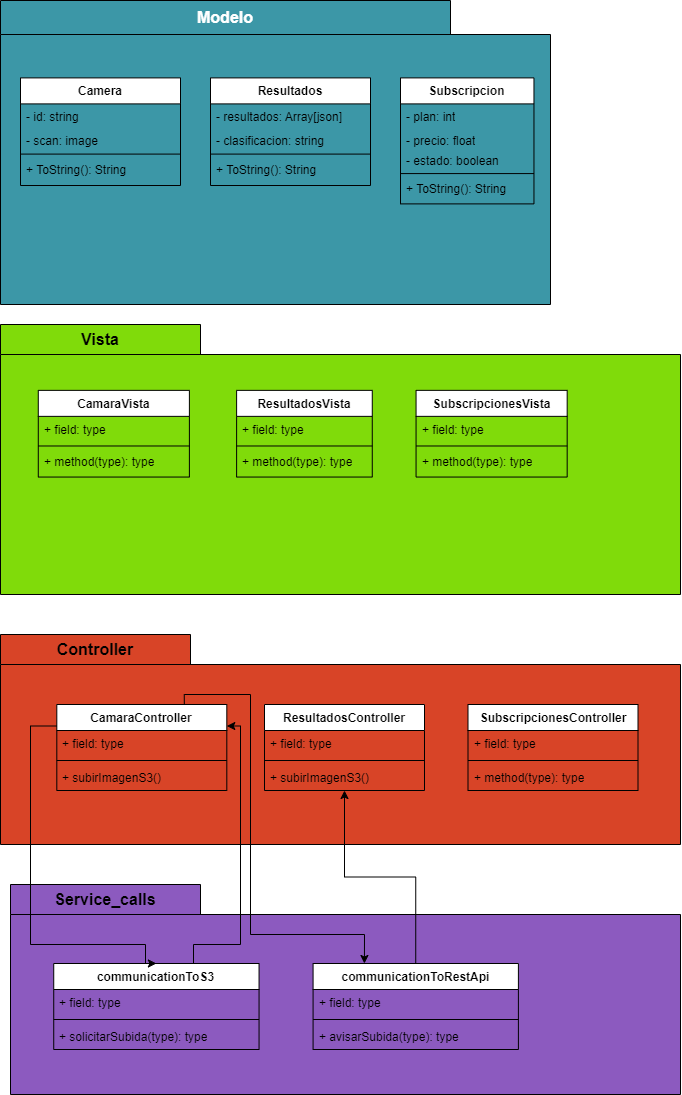
This is Diseno_del_Frontend/Diagrama de capas y clases/Diagrama de capas.drawio.png from Manollito/ProyectoDiseno, a draw.io export, as it was before one commit. Source tidied: cells renumbered, new cells last; positions are measured from the earlier drawing's top-left corner, leaving out a move shared by most shapes.
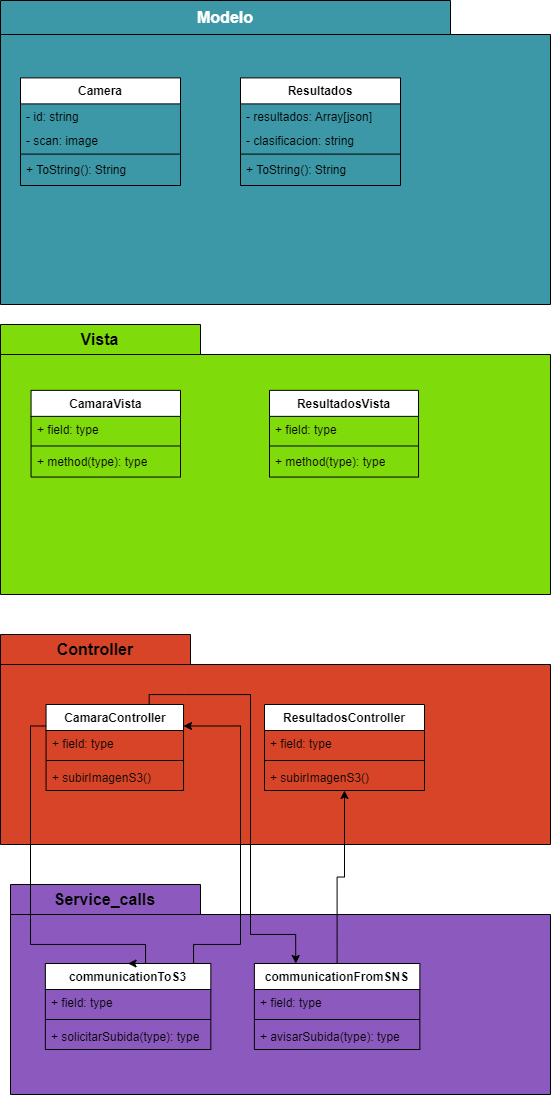
The same file after the commit.

What changed in the source:
```diff
@@ -14,7 +14,7 @@
       </mxGeometry>
     </mxCell>
     <mxCell id="5" value="Resultados" style="swimlane;fontStyle=1;align=center;verticalAlign=top;horizontal=1;startSize=26;whiteSpace=wrap;html=1;" parent="3" vertex="1">
-      <mxGeometry x="210" y="77.4" width="160" height="107.6" as="geometry" />
+      <mxGeometry x="240" y="77.4" width="160" height="107.6" as="geometry" />
     </mxCell>
     <mxCell id="6" value="- resultados: Array[json]" style="text;strokeColor=none;fillColor=none;align=left;verticalAlign=top;spacingLeft=4;spacingRight=4;overflow=hidden;whiteSpace=wrap;html=1;" parent="5" vertex="1">
       <mxGeometry y="26" width="160" height="24" as="geometry" />
@@ -28,24 +28,6 @@
     <mxCell id="9" value="+ ToString(): String&amp;nbsp;" style="text;strokeColor=none;fillColor=none;align=left;verticalAlign=top;spacingLeft=4;spacingRight=4;overflow=hidden;whiteSpace=wrap;html=1;" parent="5" vertex="1">
       <mxGeometry y="78.4" width="160" height="29.2" as="geometry" />
     </mxCell>
-    <mxCell id="10" value="Subscripcion" style="swimlane;fontStyle=1;align=center;verticalAlign=top;horizontal=1;startSize=26;whiteSpace=wrap;html=1;" parent="3" vertex="1">
-      <mxGeometry x="400" y="77.4" width="133.5" height="126" as="geometry" />
-    </mxCell>
-    <mxCell id="11" value="- plan: int" style="text;strokeColor=none;fillColor=none;align=left;verticalAlign=top;spacingLeft=4;spacingRight=4;overflow=hidden;whiteSpace=wrap;html=1;" parent="10" vertex="1">
-      <mxGeometry y="26" width="133.5" height="24" as="geometry" />
-    </mxCell>
-    <mxCell id="12" value="- precio: float" style="text;strokeColor=none;fillColor=none;align=left;verticalAlign=top;spacingLeft=4;spacingRight=4;overflow=hidden;whiteSpace=wrap;html=1;" parent="10" vertex="1">
-      <mxGeometry y="50" width="133.5" height="20" as="geometry" />
-    </mxCell>
-    <mxCell id="13" value="- estado: boolean" style="text;strokeColor=none;fillColor=none;align=left;verticalAlign=top;spacingLeft=4;spacingRight=4;overflow=hidden;whiteSpace=wrap;html=1;" parent="10" vertex="1">
-      <mxGeometry y="70" width="133.5" height="23.5" as="geometry" />
-    </mxCell>
-    <mxCell id="14" style="line;strokeWidth=1;fillColor=none;align=left;verticalAlign=middle;spacingTop=-1;spacingLeft=3;spacingRight=3;labelPosition=right;strokeColor=inherit;" parent="10" vertex="1">
-      <mxGeometry y="93.5" width="133.5" height="4.4" as="geometry" />
-    </mxCell>
-    <mxCell id="15" value="+ ToString(): String&amp;nbsp;" style="text;strokeColor=none;fillColor=none;align=left;verticalAlign=top;spacingLeft=4;spacingRight=4;overflow=hidden;whiteSpace=wrap;html=1;" parent="10" vertex="1">
-      <mxGeometry y="97.9" width="133.5" height="28.1" as="geometry" />
-    </mxCell>
     <mxCell id="16" value="Camera" style="swimlane;fontStyle=1;align=center;verticalAlign=top;horizontal=1;startSize=26;whiteSpace=wrap;html=1;" parent="3" vertex="1">
       <mxGeometry x="20" y="77.4" width="160" height="107.6" as="geometry" />
     </mxCell>
@@ -62,112 +44,88 @@
       <mxGeometry y="78.4" width="160" height="29.2" as="geometry" />
     </mxCell>
     <mxCell id="21" value="&lt;font style=&quot;font-size: 16px;&quot;&gt;Vista&lt;/font&gt;" style="shape=folder;fontStyle=1;tabWidth=200;tabHeight=30;tabPosition=left;html=1;boundedLbl=1;labelInHeader=1;whiteSpace=wrap;fillColor=#80db0a;" parent="1" vertex="1">
-      <mxGeometry y="324" width="680" height="270" as="geometry" />
+      <mxGeometry y="324" width="550" height="270" as="geometry" />
     </mxCell>
     <mxCell id="22" style="html=1;strokeColor=none;fillColor=none;whiteSpace=wrap;" parent="21" vertex="1">
-      <mxGeometry width="680" height="189" relative="1" as="geometry">
+      <mxGeometry width="550" height="189" relative="1" as="geometry">
         <mxPoint y="30" as="offset" />
       </mxGeometry>
     </mxCell>
     <mxCell id="23" value="CamaraVista" style="swimlane;fontStyle=1;align=center;verticalAlign=top;horizontal=1;startSize=26;whiteSpace=wrap;html=1;" parent="21" vertex="1">
-      <mxGeometry x="37.8" y="65.9" width="151.1" height="86.7" as="geometry" />
+      <mxGeometry x="30.6" y="65.9" width="149.4" height="86.7" as="geometry" />
     </mxCell>
     <mxCell id="24" value="+ field: type" style="text;strokeColor=none;fillColor=none;align=left;verticalAlign=top;spacingLeft=4;spacingRight=4;overflow=hidden;whiteSpace=wrap;html=1;" parent="23" vertex="1">
-      <mxGeometry y="26" width="151.1" height="27" as="geometry" />
+      <mxGeometry y="26" width="149.4" height="27" as="geometry" />
     </mxCell>
     <mxCell id="25" style="line;strokeWidth=1;fillColor=none;align=left;verticalAlign=middle;spacingTop=-1;spacingLeft=3;spacingRight=3;labelPosition=right;strokeColor=inherit;" parent="23" vertex="1">
-      <mxGeometry y="53" width="151.1" height="5.3" as="geometry" />
+      <mxGeometry y="53" width="149.4" height="5.3" as="geometry" />
     </mxCell>
     <mxCell id="26" value="+ method(type): type" style="text;strokeColor=none;fillColor=none;align=left;verticalAlign=top;spacingLeft=4;spacingRight=4;overflow=hidden;whiteSpace=wrap;html=1;" parent="23" vertex="1">
-      <mxGeometry y="58.3" width="151.1" height="28.4" as="geometry" />
+      <mxGeometry y="58.3" width="149.4" height="28.4" as="geometry" />
     </mxCell>
     <mxCell id="27" value="ResultadosVista" style="swimlane;fontStyle=1;align=center;verticalAlign=top;horizontal=1;startSize=26;whiteSpace=wrap;html=1;" parent="21" vertex="1">
-      <mxGeometry x="236.1" y="65.9" width="135.7" height="86.7" as="geometry" />
+      <mxGeometry x="269" y="65.9" width="149" height="86.7" as="geometry" />
     </mxCell>
     <mxCell id="28" value="+ field: type" style="text;strokeColor=none;fillColor=none;align=left;verticalAlign=top;spacingLeft=4;spacingRight=4;overflow=hidden;whiteSpace=wrap;html=1;" parent="27" vertex="1">
-      <mxGeometry y="26" width="135.7" height="27" as="geometry" />
+      <mxGeometry y="26" width="149" height="27" as="geometry" />
     </mxCell>
     <mxCell id="29" style="line;strokeWidth=1;fillColor=none;align=left;verticalAlign=middle;spacingTop=-1;spacingLeft=3;spacingRight=3;labelPosition=right;strokeColor=inherit;" parent="27" vertex="1">
-      <mxGeometry y="53" width="135.7" height="5.3" as="geometry" />
+      <mxGeometry y="53" width="149" height="5.3" as="geometry" />
     </mxCell>
     <mxCell id="30" value="+ method(type): type" style="text;strokeColor=none;fillColor=none;align=left;verticalAlign=top;spacingLeft=4;spacingRight=4;overflow=hidden;whiteSpace=wrap;html=1;" parent="27" vertex="1">
-      <mxGeometry y="58.3" width="135.7" height="28.4" as="geometry" />
+      <mxGeometry y="58.3" width="149" height="28.4" as="geometry" />
     </mxCell>
-    <mxCell id="31" value="SubscripcionesVista" style="swimlane;fontStyle=1;align=center;verticalAlign=top;horizontal=1;startSize=26;whiteSpace=wrap;html=1;" parent="21" vertex="1">
-      <mxGeometry x="415.6" y="65.9" width="151.1" height="86.7" as="geometry" />
-    </mxCell>
-    <mxCell id="32" value="+ field: type" style="text;strokeColor=none;fillColor=none;align=left;verticalAlign=top;spacingLeft=4;spacingRight=4;overflow=hidden;whiteSpace=wrap;html=1;" parent="31" vertex="1">
-      <mxGeometry y="26" width="151.1" height="27" as="geometry" />
-    </mxCell>
-    <mxCell id="33" style="line;strokeWidth=1;fillColor=none;align=left;verticalAlign=middle;spacingTop=-1;spacingLeft=3;spacingRight=3;labelPosition=right;strokeColor=inherit;" parent="31" vertex="1">
-      <mxGeometry y="53" width="151.1" height="5.3" as="geometry" />
-    </mxCell>
-    <mxCell id="34" value="+ method(type): type" style="text;strokeColor=none;fillColor=none;align=left;verticalAlign=top;spacingLeft=4;spacingRight=4;overflow=hidden;whiteSpace=wrap;html=1;" parent="31" vertex="1">
-      <mxGeometry y="58.3" width="151.1" height="28.4" as="geometry" />
-    </mxCell>
     <mxCell id="35" value="&lt;font style=&quot;font-size: 16px;&quot;&gt;Controller&lt;/font&gt;" style="shape=folder;fontStyle=1;tabWidth=190;tabHeight=30;tabPosition=left;html=1;boundedLbl=1;labelInHeader=1;whiteSpace=wrap;fillColor=#D84427;" parent="1" vertex="1">
-      <mxGeometry y="634" width="680" height="210" as="geometry" />
+      <mxGeometry y="634" width="550" height="210" as="geometry" />
     </mxCell>
     <mxCell id="36" style="html=1;strokeColor=none;fillColor=none;whiteSpace=wrap;" parent="35" vertex="1">
-      <mxGeometry width="680" height="147" relative="1" as="geometry">
+      <mxGeometry width="550" height="147" relative="1" as="geometry">
         <mxPoint y="30" as="offset" />
       </mxGeometry>
     </mxCell>
     <mxCell id="37" value="CamaraController" style="swimlane;fontStyle=1;align=center;verticalAlign=top;horizontal=1;startSize=26;whiteSpace=wrap;html=1;" parent="35" vertex="1">
-      <mxGeometry x="56.3" y="70" width="170" height="86" as="geometry" />
+      <mxGeometry x="45.5" y="70" width="137.5" height="86" as="geometry" />
     </mxCell>
     <mxCell id="38" value="+ field: type" style="text;strokeColor=none;fillColor=none;align=left;verticalAlign=top;spacingLeft=4;spacingRight=4;overflow=hidden;whiteSpace=wrap;html=1;" parent="37" vertex="1">
-      <mxGeometry y="26" width="170" height="26" as="geometry" />
+      <mxGeometry y="26" width="137.5" height="26" as="geometry" />
     </mxCell>
     <mxCell id="39" style="line;strokeWidth=1;fillColor=none;align=left;verticalAlign=middle;spacingTop=-1;spacingLeft=3;spacingRight=3;labelPosition=right;strokeColor=inherit;" parent="37" vertex="1">
-      <mxGeometry y="52" width="170" height="8" as="geometry" />
+      <mxGeometry y="52" width="137.5" height="8" as="geometry" />
     </mxCell>
     <mxCell id="40" value="+ subirImagenS3()" style="text;strokeColor=none;fillColor=none;align=left;verticalAlign=top;spacingLeft=4;spacingRight=4;overflow=hidden;whiteSpace=wrap;html=1;" parent="37" vertex="1">
-      <mxGeometry y="60" width="170" height="26" as="geometry" />
+      <mxGeometry y="60" width="137.5" height="26" as="geometry" />
     </mxCell>
-    <mxCell id="41" value="SubscripcionesController" style="swimlane;fontStyle=1;align=center;verticalAlign=top;horizontal=1;startSize=26;whiteSpace=wrap;html=1;" parent="35" vertex="1">
-      <mxGeometry x="467.5" y="70" width="170" height="86" as="geometry" />
-    </mxCell>
-    <mxCell id="42" value="+ field: type" style="text;strokeColor=none;fillColor=none;align=left;verticalAlign=top;spacingLeft=4;spacingRight=4;overflow=hidden;whiteSpace=wrap;html=1;" parent="41" vertex="1">
-      <mxGeometry y="26" width="170" height="26" as="geometry" />
-    </mxCell>
-    <mxCell id="43" style="line;strokeWidth=1;fillColor=none;align=left;verticalAlign=middle;spacingTop=-1;spacingLeft=3;spacingRight=3;labelPosition=right;strokeColor=inherit;" parent="41" vertex="1">
-      <mxGeometry y="52" width="170" height="8" as="geometry" />
-    </mxCell>
-    <mxCell id="44" value="+ method(type): type" style="text;strokeColor=none;fillColor=none;align=left;verticalAlign=top;spacingLeft=4;spacingRight=4;overflow=hidden;whiteSpace=wrap;html=1;" parent="41" vertex="1">
-      <mxGeometry y="60" width="170" height="26" as="geometry" />
-    </mxCell>
     <mxCell id="45" value="&lt;font style=&quot;font-size: 16px;&quot;&gt;Service_calls&lt;/font&gt;" style="shape=folder;fontStyle=1;tabWidth=190;tabHeight=30;tabPosition=left;html=1;boundedLbl=1;labelInHeader=1;whiteSpace=wrap;fillColor=#8C5ABF;" parent="1" vertex="1">
-      <mxGeometry x="10" y="884" width="670" height="210" as="geometry" />
+      <mxGeometry x="10" y="884" width="540" height="210" as="geometry" />
     </mxCell>
     <mxCell id="46" style="html=1;strokeColor=none;fillColor=none;whiteSpace=wrap;" parent="45" vertex="1">
-      <mxGeometry width="670" height="147" relative="1" as="geometry">
+      <mxGeometry width="540" height="147" relative="1" as="geometry">
         <mxPoint y="30" as="offset" />
       </mxGeometry>
     </mxCell>
     <mxCell id="47" value="communicationToS3" style="swimlane;fontStyle=1;align=center;verticalAlign=top;horizontal=1;startSize=26;whiteSpace=wrap;html=1;" parent="45" vertex="1">
-      <mxGeometry x="43.2" y="79" width="205.3" height="86" as="geometry" />
+      <mxGeometry x="34.8" y="79" width="165.5" height="86" as="geometry" />
     </mxCell>
     <mxCell id="48" value="+ field: type" style="text;strokeColor=none;fillColor=none;align=left;verticalAlign=top;spacingLeft=4;spacingRight=4;overflow=hidden;whiteSpace=wrap;html=1;" parent="47" vertex="1">
-      <mxGeometry y="26" width="205.3" height="26" as="geometry" />
+      <mxGeometry y="26" width="165.5" height="26" as="geometry" />
     </mxCell>
     <mxCell id="49" style="line;strokeWidth=1;fillColor=none;align=left;verticalAlign=middle;spacingTop=-1;spacingLeft=3;spacingRight=3;labelPosition=right;strokeColor=inherit;" parent="47" vertex="1">
-      <mxGeometry y="52" width="205.3" height="8" as="geometry" />
+      <mxGeometry y="52" width="165.5" height="8" as="geometry" />
     </mxCell>
     <mxCell id="50" value="+ solicitarSubida(type): type" style="text;strokeColor=none;fillColor=none;align=left;verticalAlign=top;spacingLeft=4;spacingRight=4;overflow=hidden;whiteSpace=wrap;html=1;" parent="47" vertex="1">
-      <mxGeometry y="60" width="205.3" height="26" as="geometry" />
+      <mxGeometry y="60" width="165.5" height="26" as="geometry" />
     </mxCell>
-    <mxCell id="51" value="communicationToRestApi" style="swimlane;fontStyle=1;align=center;verticalAlign=top;horizontal=1;startSize=26;whiteSpace=wrap;html=1;" parent="45" vertex="1">
-      <mxGeometry x="302.6" y="79" width="205.3" height="86" as="geometry" />
+    <mxCell id="51" value="communicationFromSNS" style="swimlane;fontStyle=1;align=center;verticalAlign=top;horizontal=1;startSize=26;whiteSpace=wrap;html=1;" parent="45" vertex="1">
+      <mxGeometry x="243.9" y="79" width="165.5" height="86" as="geometry" />
     </mxCell>
     <mxCell id="52" value="+ field: type" style="text;strokeColor=none;fillColor=none;align=left;verticalAlign=top;spacingLeft=4;spacingRight=4;overflow=hidden;whiteSpace=wrap;html=1;" parent="51" vertex="1">
-      <mxGeometry y="26" width="205.3" height="26" as="geometry" />
+      <mxGeometry y="26" width="165.5" height="26" as="geometry" />
     </mxCell>
     <mxCell id="53" style="line;strokeWidth=1;fillColor=none;align=left;verticalAlign=middle;spacingTop=-1;spacingLeft=3;spacingRight=3;labelPosition=right;strokeColor=inherit;" parent="51" vertex="1">
-      <mxGeometry y="52" width="205.3" height="8" as="geometry" />
+      <mxGeometry y="52" width="165.5" height="8" as="geometry" />
     </mxCell>
     <mxCell id="54" value="+ avisarSubida(type): type" style="text;strokeColor=none;fillColor=none;align=left;verticalAlign=top;spacingLeft=4;spacingRight=4;overflow=hidden;whiteSpace=wrap;html=1;" parent="51" vertex="1">
-      <mxGeometry y="60" width="205.3" height="26" as="geometry" />
+      <mxGeometry y="60" width="165.5" height="26" as="geometry" />
     </mxCell>
     <mxCell id="55" style="edgeStyle=orthogonalEdgeStyle;rounded=0;jettySize=auto;html=1;exitX=0;exitY=0.25;exitDx=0;exitDy=0;entryX=0.5;entryY=0;entryDx=0;entryDy=0;" parent="1" edge="1" source="37" target="47">
       <mxGeometry relative="1" as="geometry">
```
